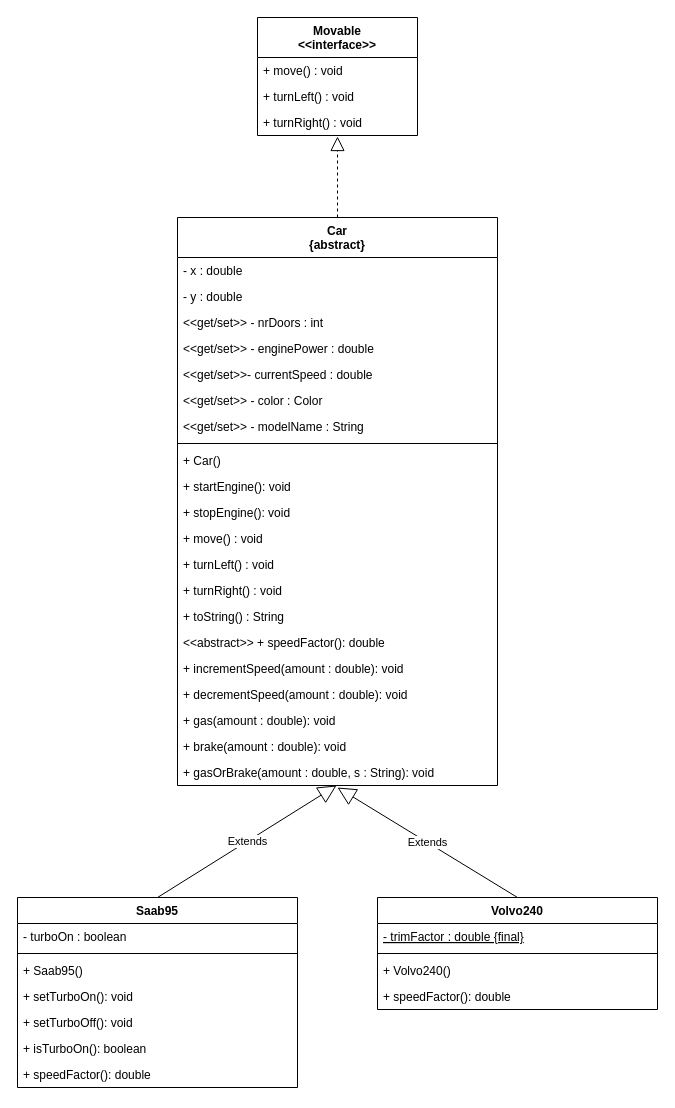
Before: Diagram.3.drawio in EugeneDvoryankov/DIT953-lab1, a draw.io diagram. Source tidied: cells renumbered, new cells numbered last; positions are measured from the earlier drawing's top-left corner, leaving out a move shared by most shapes. Both pictures are drawn from the tidied source at 100%, with x=0, y=0 at pixel (17, 17).
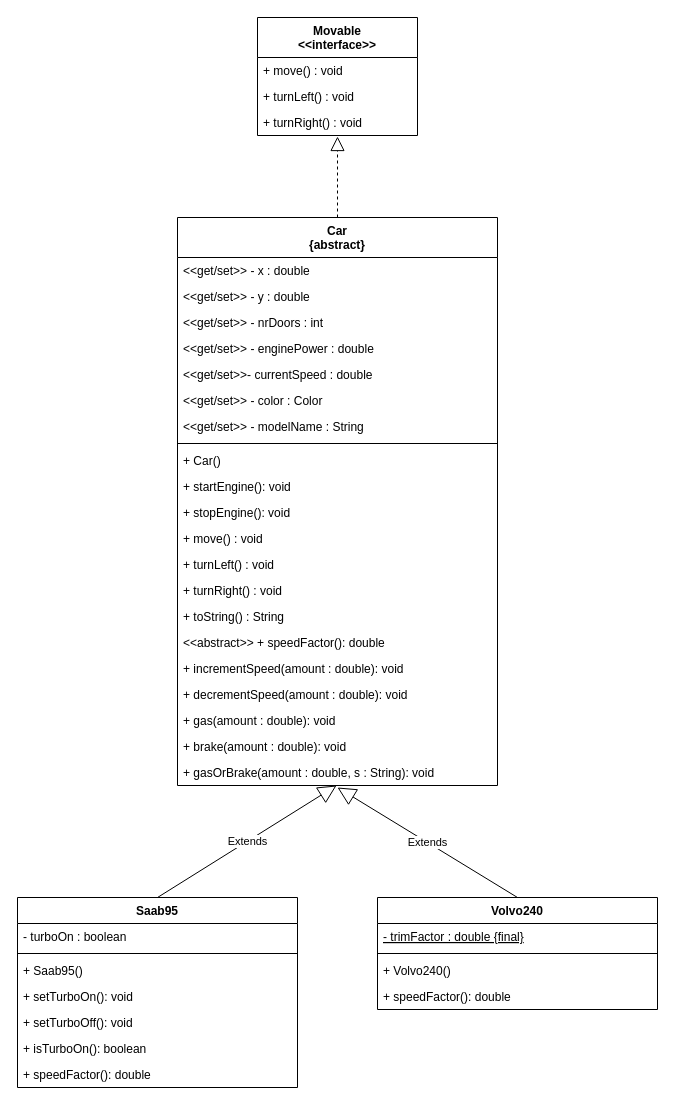
The same diagram, later.

The change refers to these unchanged cells:
```xml
<mxCell id="6" value="Car&#10;{abstract}&#10;" style="swimlane;fontStyle=1;align=center;verticalAlign=top;horizontal=1;startSize=40;" parent="1" vertex="1">
  <mxGeometry x="160" y="200" width="320" height="568" as="geometry" />
</mxCell>
```

The edit, as a diff of the source:
```diff
@@
-    <mxCell id="7" value="- x : double" style="text;strokeColor=none;fillColor=none;align=left;verticalAlign=top;spacingLeft=4;spacingRight=4;overflow=hidden;" parent="6" vertex="1">
+    <mxCell id="7" value="&lt;&lt;get/set&gt;&gt; - x : double" style="text;strokeColor=none;fillColor=none;align=left;verticalAlign=top;spacingLeft=4;spacingRight=4;overflow=hidden;" parent="6" vertex="1">
       <mxGeometry y="40" width="320" height="26" as="geometry" />
     </mxCell>
-    <mxCell id="8" value="- y : double" style="text;strokeColor=none;fillColor=none;align=left;verticalAlign=top;spacingLeft=4;spacingRight=4;overflow=hidden;" parent="6" vertex="1">
+    <mxCell id="8" value="&lt;&lt;get/set&gt;&gt; - y : double" style="text;strokeColor=none;fillColor=none;align=left;verticalAlign=top;spacingLeft=4;spacingRight=4;overflow=hidden;" parent="6" vertex="1">
       <mxGeometry y="66" width="320" height="26" as="geometry" />
     </mxCell>
```
